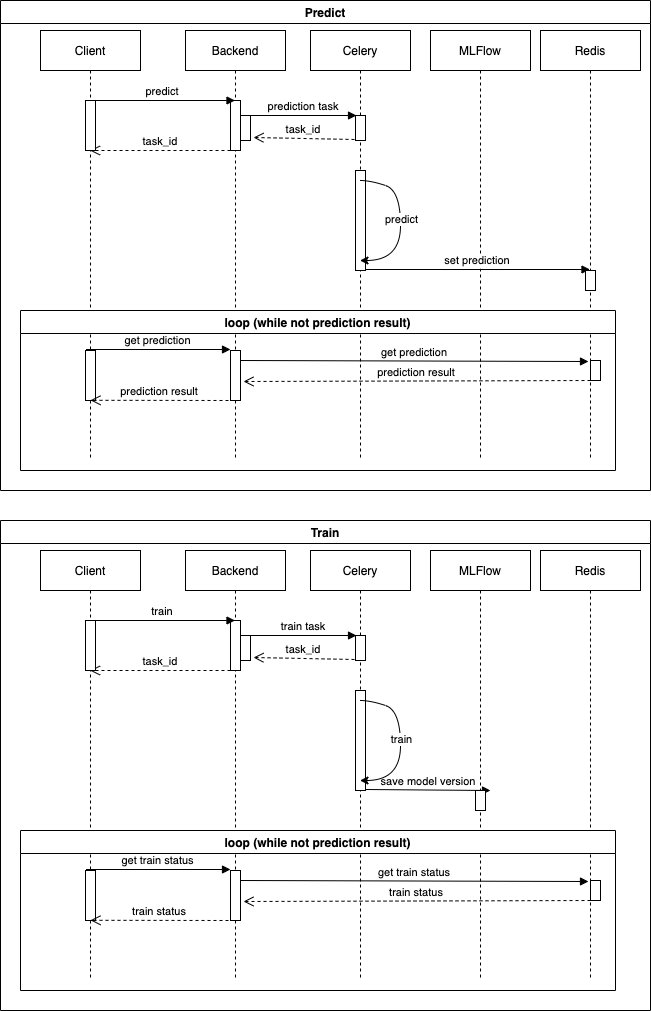
The draw.io diagram schema.png in timaakulich/lsml_final, before a commit. Source tidied: cells renumbered, new cells last; positions are measured from the earlier drawing's top-left corner, leaving out a move shared by most shapes.
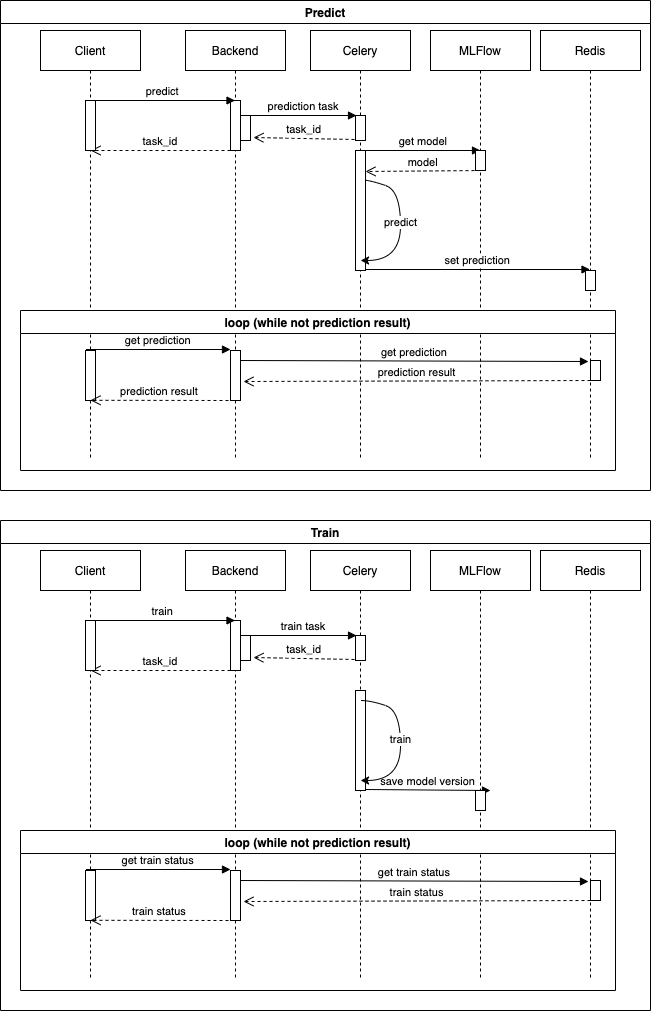
After the change.

The edit, as a diff of the source:
```diff
@@ -28,8 +28,20 @@
       </mxGeometry>
     </mxCell>
     <mxCell id="9" style="points=[];perimeter=orthogonalPerimeter;rounded=0;shadow=0;strokeWidth=1;" parent="6" vertex="1">
-      <mxGeometry x="45" y="140" width="10" height="100" as="geometry" />
+      <mxGeometry x="45" y="120" width="10" height="120" as="geometry" />
     </mxCell>
+    <mxCell id="18" style="endArrow=classic;html=1;rounded=0;curved=1;" parent="6" edge="1" source="9" target="6">
+      <mxGeometry relative="1" as="geometry">
+        <Array as="points">
+          <mxPoint x="60" y="150" />
+          <mxPoint x="90" y="160" />
+          <mxPoint x="90" y="230" />
+        </Array>
+      </mxGeometry>
+    </mxCell>
+    <mxCell id="19" value="predict" style="edgeLabel;html=1;align=center;verticalAlign=middle;" parent="18" vertex="1">
+      <mxGeometry x="-0.07" relative="1" as="geometry" />
+    </mxCell>
     <mxCell id="10" value="Client" style="shape=umlLifeline;perimeter=lifelinePerimeter;rounded=0;shadow=0;strokeWidth=1;" parent="1" vertex="1">
       <mxGeometry x="40" y="30" width="100" height="430" as="geometry" />
     </mxCell>
@@ -55,21 +67,15 @@
     <mxCell id="16" style="perimeter=orthogonalPerimeter;rounded=0;shadow=0;strokeWidth=1;" parent="15" vertex="1">
       <mxGeometry x="45" y="240" width="10" height="20" as="geometry" />
     </mxCell>
+    <mxCell id="56" value="model" style="verticalAlign=bottom;endArrow=open;dashed=1;endSize=8;shadow=0;strokeWidth=1;entryX=1.3;entryY=0.62;entryDx=0;entryDy=0;entryPerimeter=0;" parent="15" edge="1">
+      <mxGeometry relative="1" as="geometry">
+        <mxPoint x="-60" y="140" as="sourcePoint" />
+        <mxPoint x="-175" y="141" as="targetPoint" />
+      </mxGeometry>
+    </mxCell>
     <mxCell id="17" value="task_id" style="verticalAlign=bottom;endArrow=open;dashed=1;endSize=8;shadow=0;strokeWidth=1;entryX=1.3;entryY=0.88;entryDx=0;entryDy=0;entryPerimeter=0;exitX=-0.1;exitY=0.96;exitDx=0;exitDy=0;exitPerimeter=0;" parent="1" edge="1" source="7" target="4">
       <mxGeometry relative="1" as="geometry" />
     </mxCell>
-    <mxCell id="18" style="endArrow=classic;html=1;rounded=0;curved=1;" parent="1" edge="1" source="6" target="6">
-      <mxGeometry relative="1" as="geometry">
-        <Array as="points">
-          <mxPoint x="370" y="180" />
-          <mxPoint x="400" y="190" />
-          <mxPoint x="400" y="260" />
-        </Array>
-      </mxGeometry>
-    </mxCell>
-    <mxCell id="19" value="predict" style="edgeLabel;html=1;align=center;verticalAlign=middle;" parent="18" vertex="1">
-      <mxGeometry x="-0.07" relative="1" as="geometry" />
-    </mxCell>
     <mxCell id="20" value="loop (while not prediction result)" style="swimlane;" parent="1" vertex="1">
       <mxGeometry x="20" y="310" width="595" height="160" as="geometry" />
     </mxCell>
@@ -104,6 +110,15 @@
     <mxCell id="28" value="Predict" style="swimlane;" parent="1" vertex="1">
       <mxGeometry width="650" height="490" as="geometry" />
     </mxCell>
+    <mxCell id="57" value="get model" style="verticalAlign=bottom;endArrow=block;shadow=0;strokeWidth=1;" parent="28" edge="1">
+      <mxGeometry relative="1" as="geometry">
+        <mxPoint x="365.5" y="150" as="sourcePoint" />
+        <mxPoint x="480" y="150" as="targetPoint" />
+      </mxGeometry>
+    </mxCell>
+    <mxCell id="58" style="perimeter=orthogonalPerimeter;rounded=0;shadow=0;strokeWidth=1;" parent="28" vertex="1">
+      <mxGeometry x="475" y="150" width="10" height="20" as="geometry" />
+    </mxCell>
     <mxCell id="29" value="Backend" style="shape=umlLifeline;perimeter=lifelinePerimeter;rounded=0;shadow=0;strokeWidth=1;" parent="1" vertex="1">
       <mxGeometry x="185" y="550" width="100" height="430" as="geometry" />
     </mxCell>
```
